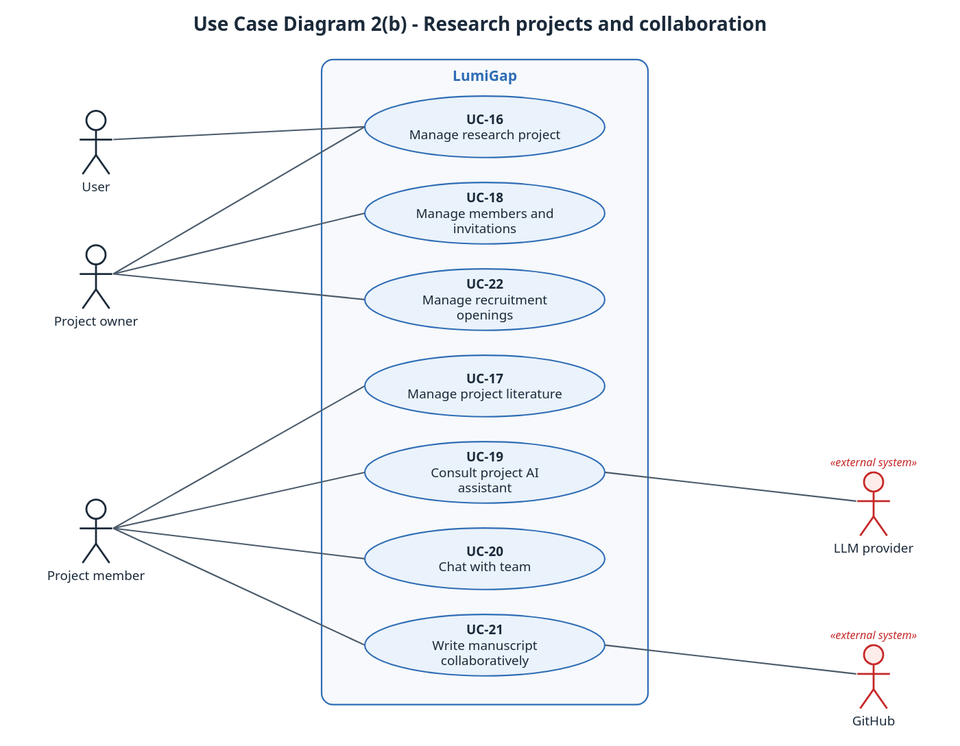
The PlantUML diagram docs/diagrams/report3/R3_UseCase_2b_Projects.svg in Khoa-Hoa-Technology-Solution-Company/lumi-gap, before a commit. Its source is kept beside it as docs/diagrams/report3/R3_UseCase_2b_Projects.puml. Its diagram source:
```plantuml
@startuml
!pragma layout smetana
skinparam dpi 150
skinparam defaultFontName "Segoe UI"
skinparam defaultFontSize 13
skinparam shadowing false
skinparam roundCorner 10
skinparam ArrowColor #4A5A6A
skinparam ArrowThickness 1.2
skinparam BorderColor #2F6DB5
skinparam BackgroundColor #FFFFFF
skinparam TitleFontSize 16
skinparam TitleFontStyle bold
skinparam usecase {
  BackgroundColor #EAF2FB
  BorderColor #2F6DB5
}
skinparam actor {
  BackgroundColor #FFFFFF
  BorderColor #1B2A3A
}
skinparam entity {
  BackgroundColor #F7FAFD
  BorderColor #2F6DB5
}
skinparam rectangle {
  BackgroundColor #F7F9FC
  BorderColor #2F6DB5
}
skinparam actorStyle awesome
skinparam actor<<System>> {
  BackgroundColor #FDECEA
  BorderColor #C62828
}
left to right direction
title Use Case Diagram 2(b) - Research projects and collaboration
actor "User" as U
actor "Project owner" as PO
actor "Project member" as PM
actor "LLM provider" as LLM <<System>>
actor "GitHub" as GH <<System>>
rectangle "LumiGap" {
  usecase "UC-16\nManage research project" as UC16
  usecase "UC-18\nManage members and invitations" as UC18
  usecase "UC-22\nManage recruitment openings" as UC22
  usecase "UC-17\nManage project literature" as UC17
  usecase "UC-19\nConsult project AI assistant" as UC19
  usecase "UC-20\nChat with team" as UC20
  usecase "UC-21\nWrite manuscript collaboratively" as UC21
}
U -- UC16
PO -- UC16
PO -- UC18
PO -- UC22
PM -- UC17
PM -- UC19
PM -- UC20
PM -- UC21
UC19 -- LLM
UC21 -- GH
@enduml
```
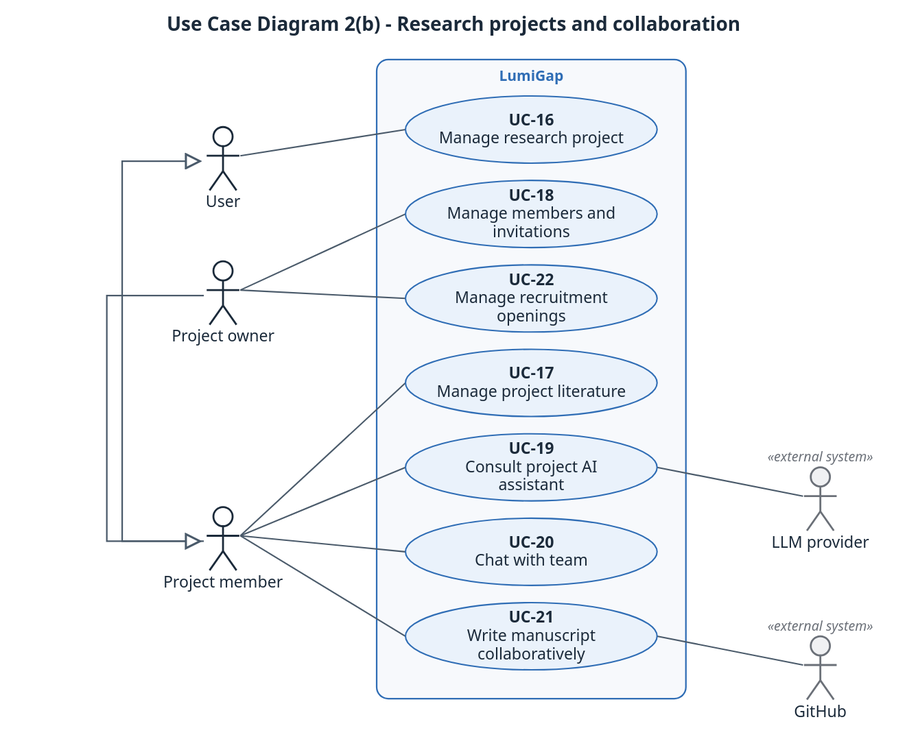
After the commit.

The edit, as a diff of the source:
```diff
@@ -28,17 +28,17 @@
   BorderColor #2F6DB5
 }
 skinparam actorStyle awesome
-skinparam actor<<System>> {
-  BackgroundColor #FDECEA
-  BorderColor #C62828
+skinparam actor<<external system>> {
+  BackgroundColor #F0F1F3
+  BorderColor #8A8F98
 }
 left to right direction
 title Use Case Diagram 2(b) - Research projects and collaboration
 actor "User" as U
+actor "Project member" as PM
 actor "Project owner" as PO
-actor "Project member" as PM
-actor "LLM provider" as LLM <<System>>
-actor "GitHub" as GH <<System>>
+actor "LLM provider" as LLM <<external system>>
+actor "GitHub" as GH <<external system>>
 rectangle "LumiGap" {
   usecase "UC-16\nManage research project" as UC16
   usecase "UC-18\nManage members and invitations" as UC18
@@ -48,8 +48,9 @@
   usecase "UC-20\nChat with team" as UC20
   usecase "UC-21\nWrite manuscript collaboratively" as UC21
 }
+PM --|> U
+PO --|> PM
 U -- UC16
-PO -- UC16
 PO -- UC18
 PO -- UC22
 PM -- UC17
```
